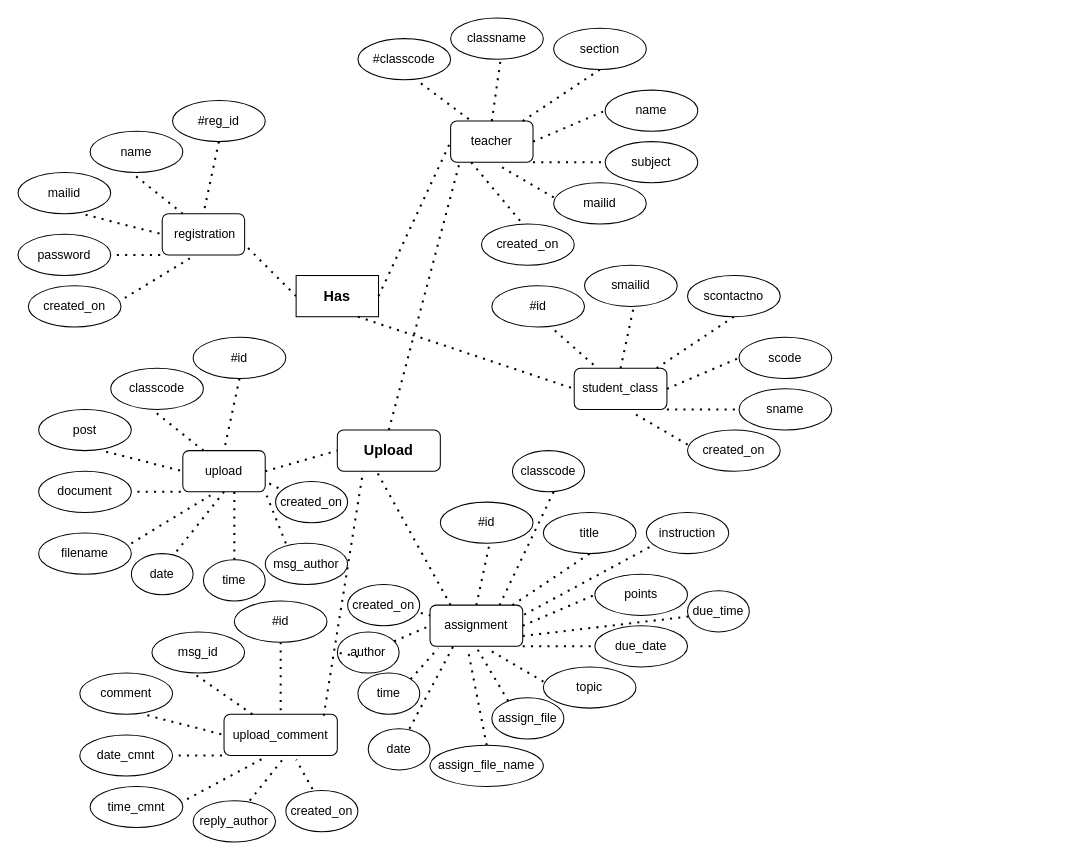
SPASM-project/Software-Project keeps this draw.io diagram as VirtualClassroom/src/main/webapp/Custom CSS/Untitled Diagram.drawio. Above is the earlier version. Source tidied: cells renumbered, new cells numbered last; positions are measured from the earlier drawing's top-left corner, leaving out a move shared by most shapes. Both pictures are drawn from the tidied source at 103%, with x=0, y=0 at pixel (18, 18).
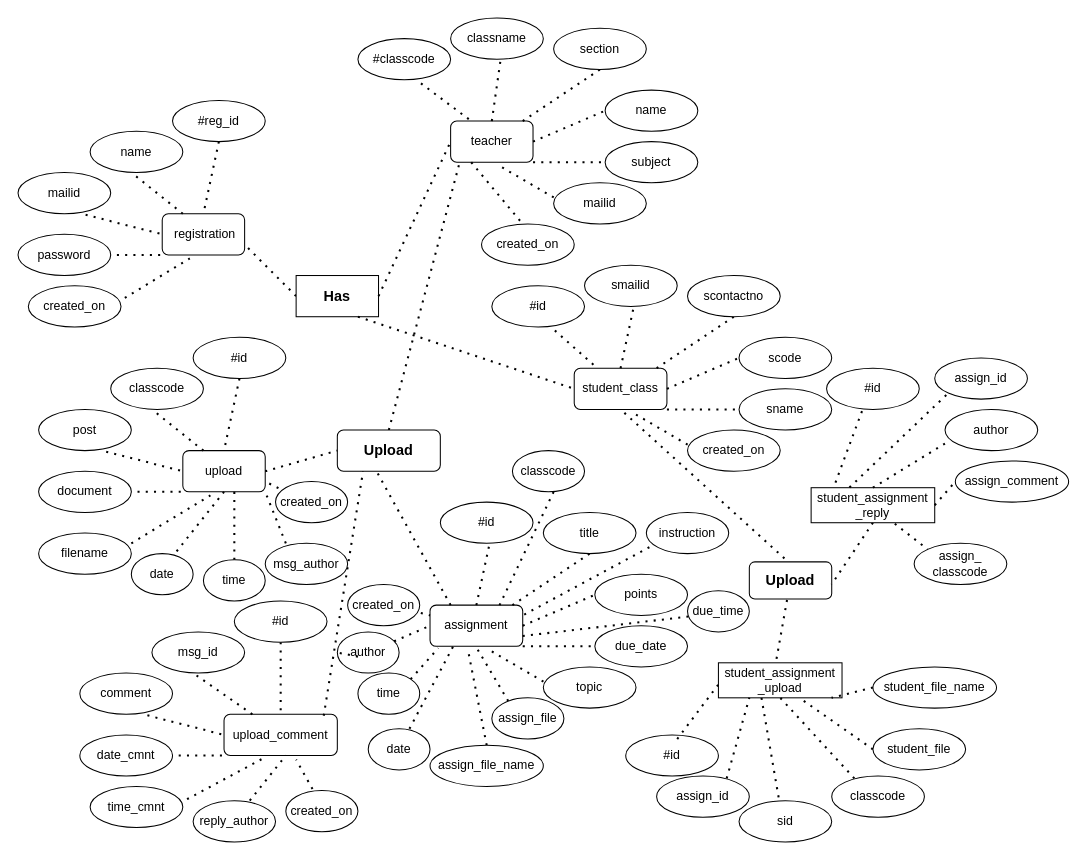
After the change.

The change refers to these unchanged cells:
```xml
<mxCell id="31" value="student_class" style="rounded=1;whiteSpace=wrap;html=1;" parent="1" vertex="1">
  <mxGeometry x="540" y="340" width="90" height="40" as="geometry" />
</mxCell>
```

The edit, as a diff of the source:
```diff
@@
+    <mxCell id="114" style="endArrow=none;dashed=1;html=1;dashPattern=1 3;strokeWidth=2;entryX=0.5;entryY=1;entryDx=0;entryDy=0;" parent="1" edge="1" target="31">
+      <mxGeometry relative="1" as="geometry">
+        <mxPoint x="750" y="530" as="sourcePoint" />
+      </mxGeometry>
+    </mxCell>
+    <mxCell id="115" value="&lt;font style=&quot;font-size: 14px&quot;&gt;&lt;b&gt;Upload&lt;/b&gt;&lt;/font&gt;" style="rounded=1;whiteSpace=wrap;html=1;" parent="1" vertex="1">
+      <mxGeometry x="710" y="528" width="80" height="36" as="geometry" />
+    </mxCell>
+    <mxCell id="116" style="endArrow=none;dashed=1;html=1;dashPattern=1 3;strokeWidth=2;" parent="1" edge="1" target="115">
+      <mxGeometry relative="1" as="geometry">
+        <mxPoint x="735" y="630" as="sourcePoint" />
+      </mxGeometry>
+    </mxCell>
+    <mxCell id="117" value="#id" style="ellipse;whiteSpace=wrap;html=1;" parent="1" vertex="1">
+      <mxGeometry x="590" y="696" width="90" height="40" as="geometry" />
+    </mxCell>
+    <mxCell id="118" value="student_assignment&lt;br&gt;_upload" style="rounded=0;whiteSpace=wrap;html=1;" parent="1" vertex="1">
+      <mxGeometry x="680" y="626" width="120" height="34" as="geometry" />
+    </mxCell>
+    <mxCell id="119" style="endArrow=none;dashed=1;html=1;dashPattern=1 3;strokeWidth=2;" parent="1" edge="1">
+      <mxGeometry relative="1" as="geometry">
+        <mxPoint x="640" y="700" as="sourcePoint" />
+        <mxPoint x="680" y="647" as="targetPoint" />
+      </mxGeometry>
+    </mxCell>
+    <mxCell id="120" style="endArrow=none;dashed=1;html=1;dashPattern=1 3;strokeWidth=2;exitX=0.756;exitY=0.055;exitDx=0;exitDy=0;exitPerimeter=0;" parent="1" edge="1" source="125">
+      <mxGeometry relative="1" as="geometry">
+        <mxPoint x="710" y="660" as="targetPoint" />
+      </mxGeometry>
+    </mxCell>
+    <mxCell id="121" style="endArrow=none;dashed=1;html=1;dashPattern=1 3;strokeWidth=2;exitX=0.427;exitY=-0.085;exitDx=0;exitDy=0;exitPerimeter=0;" parent="1" edge="1" source="126">
+      <mxGeometry relative="1" as="geometry">
+        <mxPoint x="721.8" y="660" as="targetPoint" />
+      </mxGeometry>
+    </mxCell>
+    <mxCell id="122" style="endArrow=none;dashed=1;html=1;dashPattern=1 3;strokeWidth=2;exitX=0.244;exitY=0.055;exitDx=0;exitDy=0;exitPerimeter=0;" parent="1" edge="1" source="127">
+      <mxGeometry relative="1" as="geometry">
+        <mxPoint x="740" y="660" as="targetPoint" />
+      </mxGeometry>
+    </mxCell>
+    <mxCell id="123" style="endArrow=none;dashed=1;html=1;dashPattern=1 3;strokeWidth=2;entryX=0.653;entryY=0.994;entryDx=0;entryDy=0;entryPerimeter=0;exitX=0;exitY=0.5;exitDx=0;exitDy=0;" parent="1" edge="1" source="128" target="118">
+      <mxGeometry relative="1" as="geometry" />
+    </mxCell>
+    <mxCell id="124" style="endArrow=none;dashed=1;html=1;dashPattern=1 3;strokeWidth=2;exitX=0;exitY=0.5;exitDx=0;exitDy=0;" parent="1" edge="1" source="129">
+      <mxGeometry relative="1" as="geometry">
+        <mxPoint x="789.8" y="660" as="targetPoint" />
+      </mxGeometry>
+    </mxCell>
+    <mxCell id="125" value="assign_id" style="ellipse;whiteSpace=wrap;html=1;" parent="1" vertex="1">
+      <mxGeometry x="620" y="736" width="90" height="40" as="geometry" />
+    </mxCell>
+    <mxCell id="126" value="sid" style="ellipse;whiteSpace=wrap;html=1;" parent="1" vertex="1">
+      <mxGeometry x="700" y="760" width="90" height="40" as="geometry" />
+    </mxCell>
+    <mxCell id="127" value="classcode" style="ellipse;whiteSpace=wrap;html=1;" parent="1" vertex="1">
+      <mxGeometry x="790" y="736" width="90" height="40" as="geometry" />
+    </mxCell>
+    <mxCell id="128" value="student_file" style="ellipse;whiteSpace=wrap;html=1;" parent="1" vertex="1">
+      <mxGeometry x="830" y="690" width="90" height="40" as="geometry" />
+    </mxCell>
+    <mxCell id="129" value="student_file_name" style="ellipse;whiteSpace=wrap;html=1;" parent="1" vertex="1">
+      <mxGeometry x="830" y="630" width="120" height="40" as="geometry" />
+    </mxCell>
+    <mxCell id="130" style="endArrow=none;dashed=1;html=1;dashPattern=1 3;strokeWidth=2;" parent="1" edge="1">
+      <mxGeometry relative="1" as="geometry">
+        <mxPoint x="830" y="490" as="sourcePoint" />
+        <mxPoint x="789.8" y="550" as="targetPoint" />
+      </mxGeometry>
+    </mxCell>
+    <mxCell id="131" value="student_assignment&lt;br&gt;_reply" style="rounded=0;whiteSpace=wrap;html=1;" parent="1" vertex="1">
+      <mxGeometry x="770" y="456" width="120" height="34" as="geometry" />
+    </mxCell>
+    <mxCell id="132" style="endArrow=none;dashed=1;html=1;dashPattern=1 3;strokeWidth=2;exitX=0.197;exitY=-0.147;exitDx=0;exitDy=0;exitPerimeter=0;" parent="1" edge="1" source="131">
+      <mxGeometry relative="1" as="geometry">
+        <mxPoint x="820" y="380" as="targetPoint" />
+      </mxGeometry>
+    </mxCell>
+    <mxCell id="133" value="#id" style="ellipse;whiteSpace=wrap;html=1;" parent="1" vertex="1">
+      <mxGeometry x="785" y="340" width="90" height="40" as="geometry" />
+    </mxCell>
+    <mxCell id="134" value="assign_id" style="ellipse;whiteSpace=wrap;html=1;" parent="1" vertex="1">
+      <mxGeometry x="890" y="330" width="90" height="40" as="geometry" />
+    </mxCell>
+    <mxCell id="135" value="author" style="ellipse;whiteSpace=wrap;html=1;" parent="1" vertex="1">
+      <mxGeometry x="900" y="380" width="90" height="40" as="geometry" />
+    </mxCell>
+    <mxCell id="136" value="assign_comment" style="ellipse;whiteSpace=wrap;html=1;" parent="1" vertex="1">
+      <mxGeometry x="910" y="430" width="110" height="40" as="geometry" />
+    </mxCell>
+    <mxCell id="137" value="assign_&lt;br&gt;classcode" style="ellipse;whiteSpace=wrap;html=1;" parent="1" vertex="1">
+      <mxGeometry x="870" y="510" width="90" height="40" as="geometry" />
+    </mxCell>
+    <mxCell id="138" style="endArrow=none;dashed=1;html=1;dashPattern=1 3;strokeWidth=2;entryX=0;entryY=1;entryDx=0;entryDy=0;exitX=0.31;exitY=-0.006;exitDx=0;exitDy=0;exitPerimeter=0;" parent="1" edge="1" source="131" target="134">
+      <mxGeometry relative="1" as="geometry" />
+    </mxCell>
+    <mxCell id="139" style="endArrow=none;dashed=1;html=1;dashPattern=1 3;strokeWidth=2;entryX=0.009;entryY=0.815;entryDx=0;entryDy=0;entryPerimeter=0;exitX=0.5;exitY=0;exitDx=0;exitDy=0;" parent="1" edge="1" source="131" target="135">
+      <mxGeometry relative="1" as="geometry" />
+    </mxCell>
+    <mxCell id="140" style="endArrow=none;dashed=1;html=1;dashPattern=1 3;strokeWidth=2;exitX=1;exitY=0.5;exitDx=0;exitDy=0;entryX=0;entryY=0.5;entryDx=0;entryDy=0;" parent="1" edge="1" source="131" target="136">
+      <mxGeometry relative="1" as="geometry" />
+    </mxCell>
+    <mxCell id="141" style="endArrow=none;dashed=1;html=1;dashPattern=1 3;strokeWidth=2;exitX=0.677;exitY=1.029;exitDx=0;exitDy=0;exitPerimeter=0;entryX=0;entryY=0;entryDx=0;entryDy=0;" parent="1" edge="1" source="131" target="137">
+      <mxGeometry relative="1" as="geometry" />
+    </mxCell>
```
